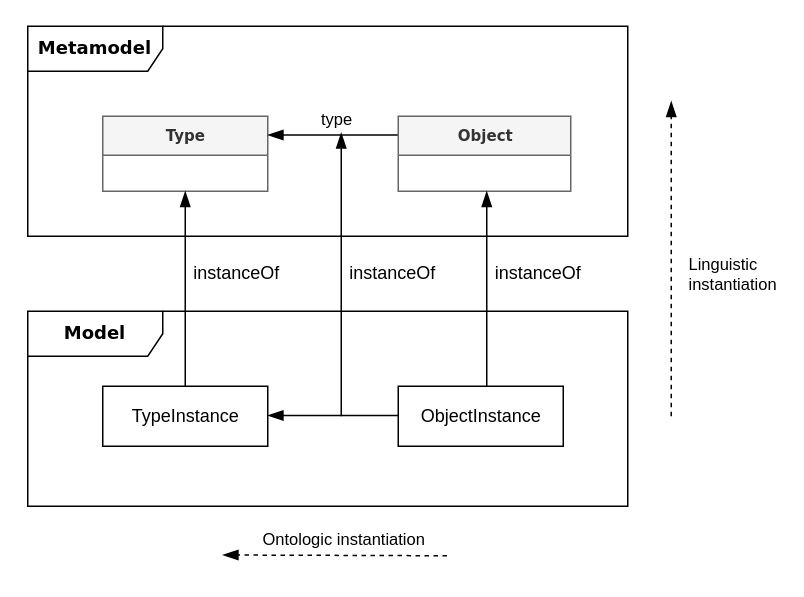
labsticc-p4s/multi-process-challenge keeps this draw.io diagram as Figures/Instantiation.drawio. Above is the earlier version. Source tidied: cells renumbered, new cells numbered last; positions are measured from the earlier drawing's top-left corner, leaving out a move shared by most shapes. Both pictures are drawn from the tidied source at 150%, with x=0, y=0 at pixel (27, 26).
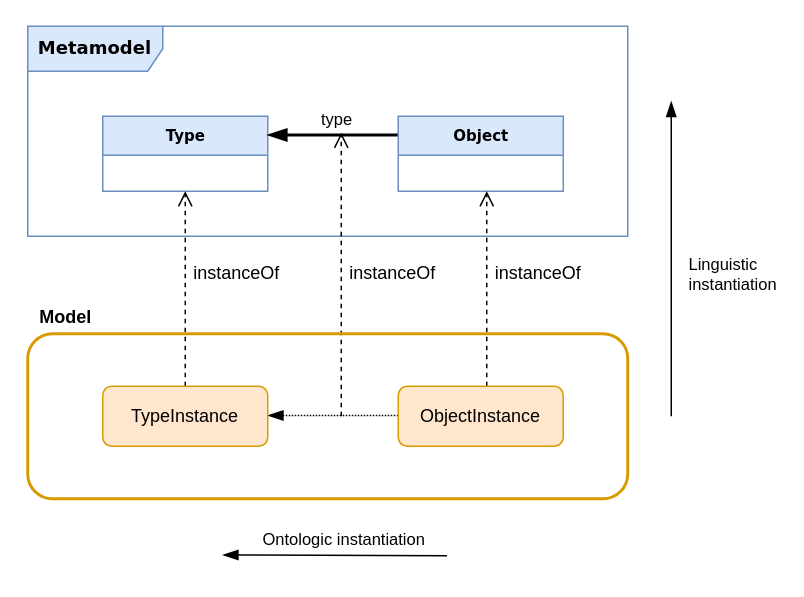
The same page after the edit.

What changed in the source:
```diff
@@
-    <mxCell id="2" value="&lt;b style=&quot;font-size: 12px;&quot;&gt;Metamodel&lt;/b&gt;" style="shape=umlFrame;whiteSpace=wrap;html=1;rounded=0;shadow=0;comic=0;labelBackgroundColor=none;strokeWidth=1;fontFamily=Verdana;fontSize=12;align=center;width=90;height=30;" parent="1" vertex="1">
+    <mxCell id="2" value="&lt;b style=&quot;font-size: 12px;&quot;&gt;Metamodel&lt;/b&gt;" style="shape=umlFrame;whiteSpace=wrap;html=1;rounded=0;shadow=0;comic=0;labelBackgroundColor=none;strokeWidth=1;fontFamily=Verdana;fontSize=12;align=center;width=90;height=30;fillColor=#dae8fc;strokeColor=#6c8ebf;" parent="1" vertex="1">
       <mxGeometry width="400" height="140" as="geometry" />
     </mxCell>
-    <mxCell id="3" value="&lt;b&gt;Type&lt;/b&gt;" style="swimlane;html=1;fontStyle=0;horizontal=1;startSize=26;fillColor=#f5f5f5;swimlaneFillColor=#ffffff;rounded=0;shadow=0;comic=0;labelBackgroundColor=none;strokeWidth=1;fontFamily=Verdana;fontSize=10;align=center;strokeColor=#666666;fontColor=#333333;" parent="1" vertex="1">
+    <mxCell id="3" value="&lt;b&gt;Type&lt;/b&gt;" style="swimlane;html=1;fontStyle=0;horizontal=1;startSize=26;fillColor=#dae8fc;swimlaneFillColor=#ffffff;rounded=0;shadow=0;comic=0;labelBackgroundColor=none;strokeWidth=1;fontFamily=Verdana;fontSize=10;align=center;strokeColor=#6c8ebf;" parent="1" vertex="1">
       <mxGeometry x="50" y="60" width="110" height="50" as="geometry" />
     </mxCell>
-    <mxCell id="4" style="edgeStyle=none;rounded=0;jettySize=auto;html=1;exitX=0;exitY=0.25;exitDx=0;exitDy=0;entryX=1;entryY=0.25;entryDx=0;entryDy=0;endArrow=blockThin;endFill=1;endSize=8;" parent="1" edge="1" source="5" target="3">
+    <mxCell id="4" style="edgeStyle=none;rounded=0;jettySize=auto;html=1;exitX=0;exitY=0.25;exitDx=0;exitDy=0;entryX=1;entryY=0.25;entryDx=0;entryDy=0;endArrow=blockThin;endFill=1;endSize=8;strokeWidth=2;" parent="1" edge="1" source="5" target="3">
       <mxGeometry relative="1" as="geometry" />
     </mxCell>
-    <mxCell id="5" value="&lt;div&gt;&lt;b&gt;Object&lt;/b&gt;&lt;/div&gt;" style="swimlane;html=1;fontStyle=0;horizontal=1;startSize=26;fillColor=#f5f5f5;swimlaneFillColor=#ffffff;rounded=0;shadow=0;comic=0;labelBackgroundColor=none;strokeWidth=1;fontFamily=Verdana;fontSize=10;align=center;strokeColor=#666666;fontColor=#333333;" parent="1" vertex="1">
-      <mxGeometry x="247" y="60" width="115" height="50" as="geometry" />
+    <mxCell id="5" value="&lt;div&gt;&lt;b&gt;Object&lt;/b&gt;&lt;/div&gt;" style="swimlane;html=1;fontStyle=0;horizontal=1;startSize=26;fillColor=#dae8fc;swimlaneFillColor=#ffffff;rounded=0;shadow=0;comic=0;labelBackgroundColor=none;strokeWidth=1;fontFamily=Verdana;fontSize=10;align=center;strokeColor=#6c8ebf;" parent="1" vertex="1">
+      <mxGeometry x="247" y="60" width="110" height="50" as="geometry" />
     </mxCell>
@@
-    <mxCell id="7" value="&lt;b style=&quot;font-size: 12px;&quot;&gt;Model&lt;/b&gt;" style="shape=umlFrame;whiteSpace=wrap;html=1;rounded=0;shadow=0;comic=0;labelBackgroundColor=none;strokeWidth=1;fontFamily=Verdana;fontSize=12;align=center;width=90;height=30;" parent="1" vertex="1">
-      <mxGeometry y="190" width="400" height="130" as="geometry" />
-    </mxCell>
-    <mxCell id="8" value="TypeInstance" style="html=1;" parent="1" vertex="1">
-      <mxGeometry x="50" y="240" width="110" height="40" as="geometry" />
-    </mxCell>
-    <mxCell id="9" value="ObjectInstance" style="html=1;" parent="1" vertex="1">
-      <mxGeometry x="247" y="240" width="110" height="40" as="geometry" />
-    </mxCell>
-    <mxCell id="10" style="edgeStyle=none;rounded=0;jettySize=auto;html=1;exitX=0.5;exitY=0;exitDx=0;exitDy=0;entryX=0.5;entryY=1;entryDx=0;entryDy=0;endArrow=blockThin;endFill=1;endSize=8;" parent="1" edge="1" source="8" target="3">
-      <mxGeometry relative="1" as="geometry" />
+    <mxCell id="10" style="edgeStyle=none;rounded=0;jettySize=auto;html=1;exitX=0.5;exitY=0;exitDx=0;exitDy=0;entryX=0.5;entryY=1;entryDx=0;entryDy=0;endArrow=open;endFill=0;endSize=8;dashed=1;" parent="1" edge="1" target="3">
+      <mxGeometry relative="1" as="geometry">
+        <mxPoint x="105" y="240" as="sourcePoint" />
+      </mxGeometry>
     </mxCell>
@@
-    <mxCell id="12" style="edgeStyle=none;rounded=0;orthogonalLoop=1;jettySize=auto;html=1;exitX=0.5;exitY=0;exitDx=0;exitDy=0;entryX=0.5;entryY=1;entryDx=0;entryDy=0;endArrow=blockThin;endFill=1;endSize=8;" parent="1" edge="1">
+    <mxCell id="12" style="edgeStyle=none;rounded=0;orthogonalLoop=1;jettySize=auto;html=1;exitX=0.5;exitY=0;exitDx=0;exitDy=0;entryX=0.5;entryY=1;entryDx=0;entryDy=0;endArrow=open;endFill=0;endSize=8;dashed=1;" parent="1" edge="1">
       <mxGeometry relative="1" as="geometry">
         <mxPoint x="306" y="240" as="sourcePoint" />
         <mxPoint x="306" y="110" as="targetPoint" />
       </mxGeometry>
     </mxCell>
@@
-    <mxCell id="14" style="edgeStyle=none;rounded=0;orthogonalLoop=1;jettySize=auto;html=1;exitX=0;exitY=0.25;exitDx=0;exitDy=0;entryX=1;entryY=0.25;entryDx=0;entryDy=0;endArrow=blockThin;endFill=1;endSize=8;" parent="1" edge="1">
+    <mxCell id="14" style="edgeStyle=none;rounded=0;orthogonalLoop=1;jettySize=auto;html=1;exitX=0;exitY=0.25;exitDx=0;exitDy=0;entryX=1;entryY=0.25;entryDx=0;entryDy=0;endArrow=blockThin;endFill=1;endSize=8;dashed=1;dashPattern=1 1;" parent="1" edge="1">
       <mxGeometry relative="1" as="geometry">
         <mxPoint x="247" y="259.5" as="sourcePoint" />
         <mxPoint x="160" y="259.5" as="targetPoint" />
       </mxGeometry>
     </mxCell>
-    <mxCell id="15" style="edgeStyle=none;rounded=0;orthogonalLoop=1;jettySize=auto;html=1;entryX=1;entryY=0.25;entryDx=0;entryDy=0;endArrow=blockThin;endFill=1;endSize=8;dashed=1;" parent="1" edge="1">
+    <mxCell id="15" style="edgeStyle=none;rounded=0;orthogonalLoop=1;jettySize=auto;html=1;entryX=1;entryY=0.25;entryDx=0;entryDy=0;endArrow=blockThin;endFill=1;endSize=8;" parent="1" edge="1">
       <mxGeometry relative="1" as="geometry">
         <mxPoint x="279.5" y="353" as="sourcePoint" />
         <mxPoint x="130" y="352.5" as="targetPoint" />
       </mxGeometry>
     </mxCell>
@@
-    <mxCell id="17" style="edgeStyle=none;rounded=0;orthogonalLoop=1;jettySize=auto;html=1;entryX=1;entryY=0.25;entryDx=0;entryDy=0;endArrow=blockThin;endFill=1;endSize=8;dashed=1;" parent="1" edge="1">
+    <mxCell id="17" style="edgeStyle=none;rounded=0;orthogonalLoop=1;jettySize=auto;html=1;entryX=1;entryY=0.25;entryDx=0;entryDy=0;endArrow=blockThin;endFill=1;endSize=8;" parent="1" edge="1">
       <mxGeometry relative="1" as="geometry">
         <mxPoint x="429" y="260" as="sourcePoint" />
         <mxPoint x="429" y="50" as="targetPoint" />
       </mxGeometry>
     </mxCell>
@@
-    <mxCell id="19" style="edgeStyle=none;rounded=0;orthogonalLoop=1;jettySize=auto;html=1;endArrow=blockThin;endFill=1;endSize=8;" parent="1" edge="1">
+    <mxCell id="19" style="edgeStyle=none;rounded=0;orthogonalLoop=1;jettySize=auto;html=1;endArrow=open;endFill=0;endSize=8;dashed=1;" parent="1" edge="1">
       <mxGeometry relative="1" as="geometry">
         <mxPoint x="209" y="260" as="sourcePoint" />
         <mxPoint x="209" y="71" as="targetPoint" />
       </mxGeometry>
     </mxCell>
+    <mxCell id="21" style="rounded=1;whiteSpace=wrap;html=1;fillColor=none;strokeColor=#d79b00;strokeWidth=2;" parent="1" vertex="1">
+      <mxGeometry y="205" width="400" height="110" as="geometry" />
+    </mxCell>
@@
+    <mxCell id="8" value="TypeInstance" style="rounded=1;whiteSpace=wrap;html=1;strokeWidth=1;fillColor=#ffe6cc;strokeColor=#d79b00;" parent="1" vertex="1">
+      <mxGeometry x="50" y="240" width="110" height="40" as="geometry" />
+    </mxCell>
+    <mxCell id="9" value="ObjectInstance" style="rounded=1;whiteSpace=wrap;html=1;strokeWidth=1;fillColor=#ffe6cc;strokeColor=#d79b00;" parent="1" vertex="1">
+      <mxGeometry x="247" y="240" width="110" height="40" as="geometry" />
+    </mxCell>
+    <mxCell id="7" value="&lt;b&gt;Model&lt;/b&gt;" style="text;html=1;align=center;verticalAlign=middle;strokeColor=none;" parent="1" vertex="1">
+      <mxGeometry y="184" width="50" height="20" as="geometry" />
+    </mxCell>
```
